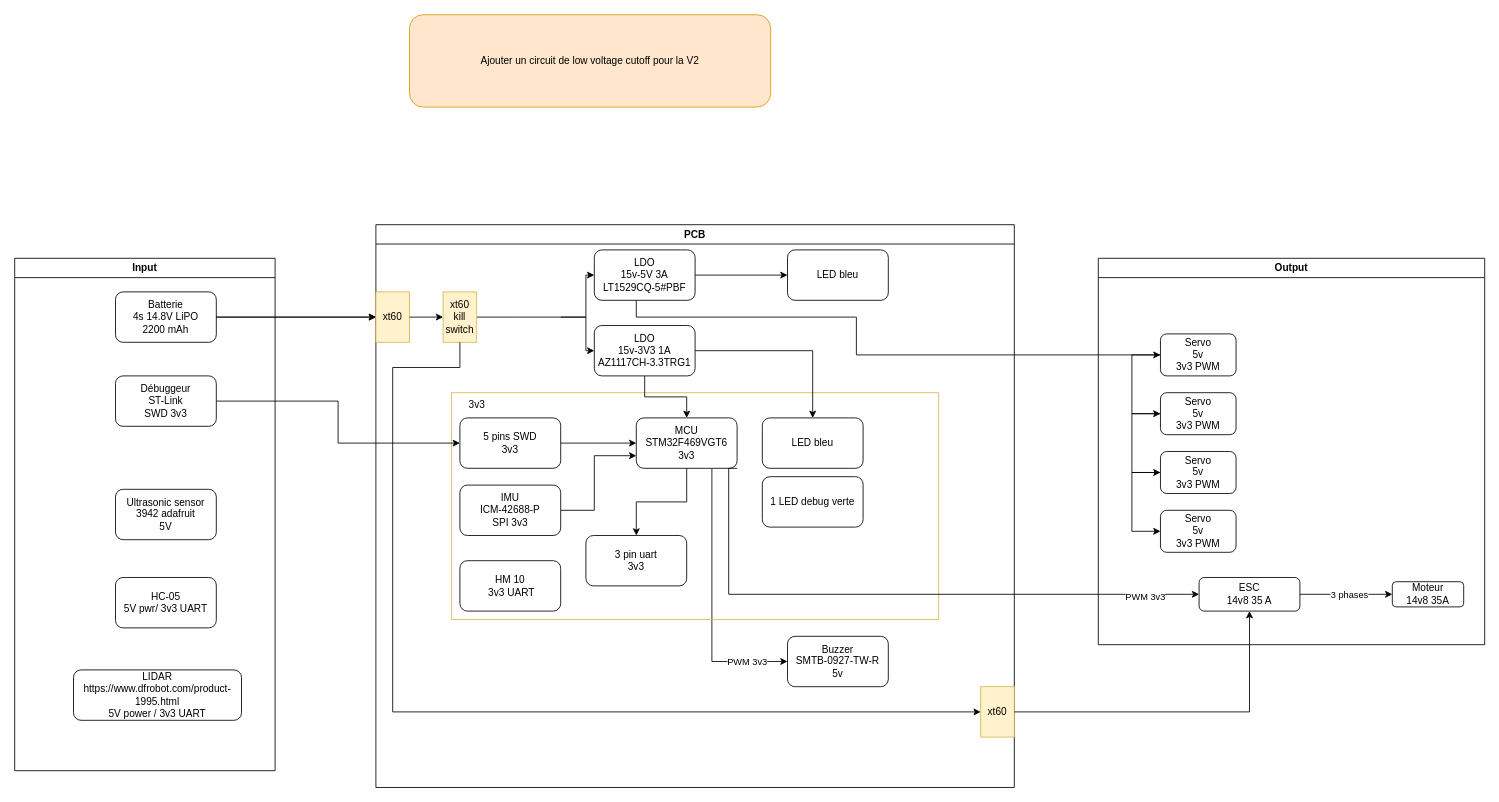
This is Schema_bloc.drawio from GAULAvionique/ABRARACOURCIX_HARD_ware, a draw.io file, before an edit. Source tidied: cells renumbered, new cells numbered last; positions are measured from the earlier drawing's top-left corner, leaving out a move shared by most shapes. Both pictures are drawn from the tidied source at 84%, with x=0, y=0 at pixel (14, 14).
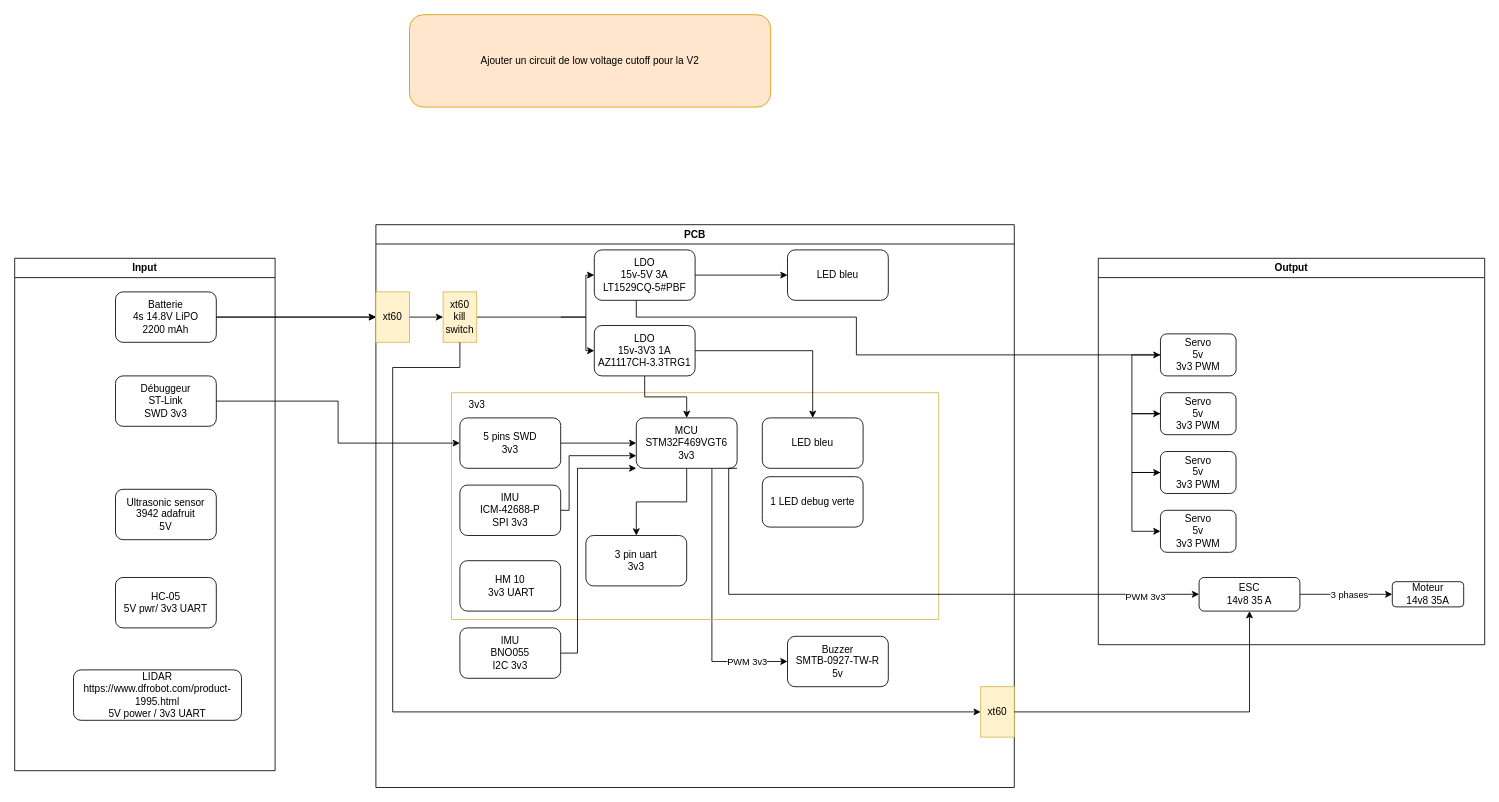
The same diagram, later.

The change refers to these unchanged cells:
```xml
<mxCell id="20" value="PCB" style="swimlane;whiteSpace=wrap;html=1;" parent="1" vertex="1">
  <mxGeometry x="430" y="250" width="760" height="670" as="geometry" />
</mxCell>
<mxCell id="28" value="MCU&lt;br&gt;STM32F469VGT6&lt;br&gt;3v3" style="rounded=1;whiteSpace=wrap;html=1;" parent="20" vertex="1">
  <mxGeometry x="310" y="230" width="120" height="60" as="geometry" />
</mxCell>
<mxCell id="33" value="IMU&lt;br&gt;ICM-42688-P&lt;br&gt;SPI 3v3" style="rounded=1;whiteSpace=wrap;html=1;" parent="29" vertex="1">
  <mxGeometry x="10" y="110" width="120" height="60" as="geometry" />
</mxCell>
```

What changed in the source:
```diff
@@
     <mxCell id="24" style="edgeStyle=orthogonalEdgeStyle;rounded=0;jettySize=auto;html=1;entryX=0;entryY=0.75;entryDx=0;entryDy=0;" parent="20" edge="1" source="33" target="28">
       <mxGeometry relative="1" as="geometry">
         <Array as="points">
-          <mxPoint x="260" y="340" />
-          <mxPoint x="260" y="275" />
+          <mxPoint x="230" y="340" />
+          <mxPoint x="230" y="275" />
         </Array>
       </mxGeometry>
     </mxCell>
@@
+    <mxCell id="58" style="edgeStyle=orthogonalEdgeStyle;rounded=0;jettySize=auto;html=1;entryX=0;entryY=1;entryDx=0;entryDy=0;" parent="20" edge="1" source="59" target="28">
+      <mxGeometry relative="1" as="geometry">
+        <Array as="points">
+          <mxPoint x="240" y="510" />
+          <mxPoint x="240" y="290" />
+        </Array>
+      </mxGeometry>
+    </mxCell>
+    <mxCell id="59" value="IMU&lt;br&gt;BNO055&lt;br&gt;I2C 3v3" style="rounded=1;whiteSpace=wrap;html=1;" parent="20" vertex="1">
+      <mxGeometry x="100" y="480" width="120" height="60" as="geometry" />
+    </mxCell>
```
